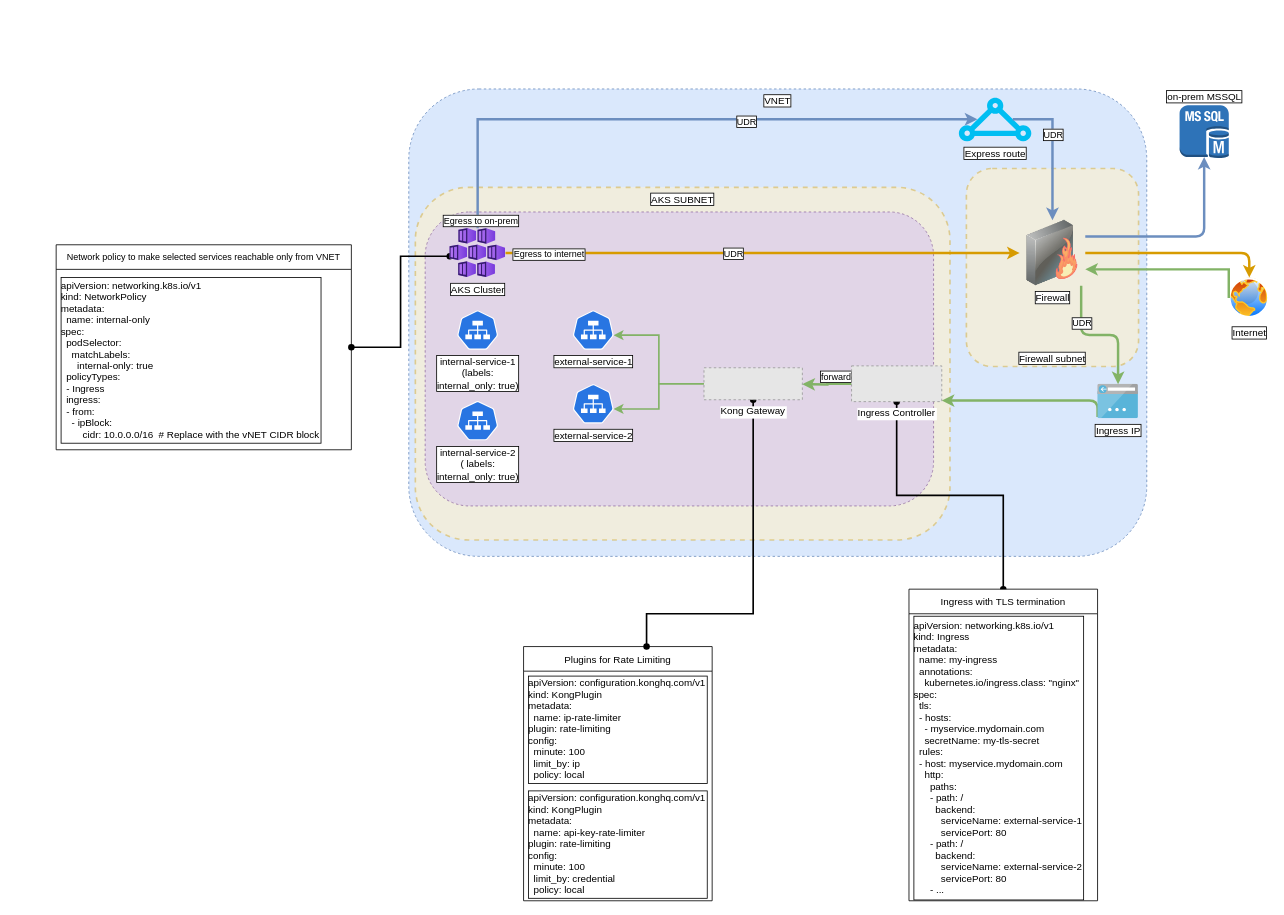
mikolajs3131/trayport-tasks keeps this draw.io diagram as aks-ingress-egress/aks-ingress-egress.drawio. Above is the earlier version. Source tidied: cells renumbered, new cells numbered last; positions are measured from the earlier drawing's top-left corner, leaving out a move shared by most shapes. Both pictures are drawn from the tidied source at 82%, with x=0, y=0 at pixel (56, 89). Pictures stored in the file or linked from it are replaced by grey dashed boxes.
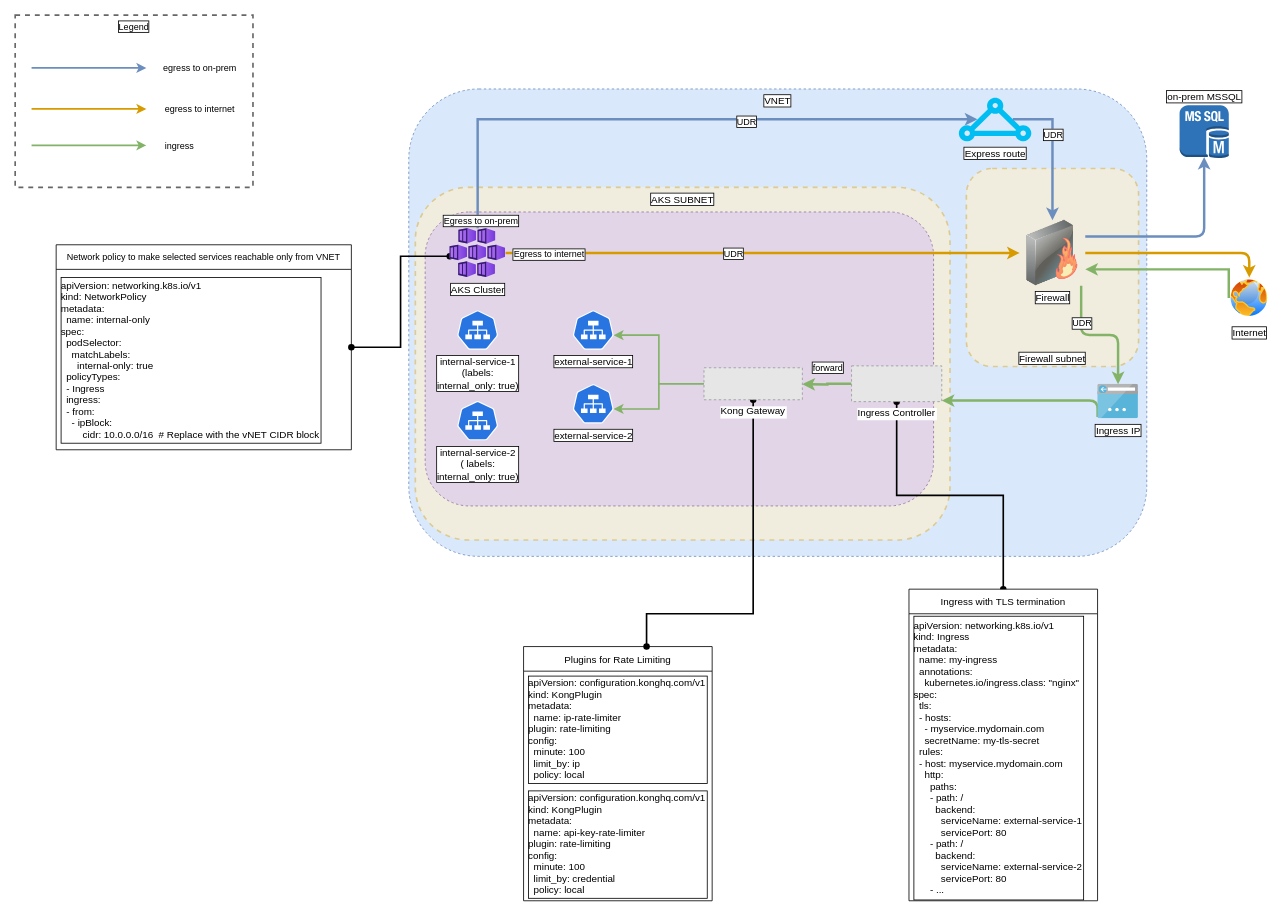
Above is the later version.

Commit message (it also covers changes not shown here):
added legend and embedded external imgages so they show up on png

Unchanged cells that the change refers to:
```xml
<mxCell id="13" style="edgeStyle=orthogonalEdgeStyle;rounded=0;jettySize=auto;html=1;strokeWidth=3;fillColor=#d5e8d4;strokeColor=#82b366;" parent="1" edge="1" source="16">
  <mxGeometry relative="1" as="geometry">
    <mxPoint x="910" y="360" as="targetPoint" />
  </mxGeometry>
</mxCell>
```

What changed in the source:
```diff
@@
     <mxCell id="14" value="forward" style="edgeLabel;html=1;align=center;verticalAlign=middle;labelBorderColor=default;" parent="13" vertex="1">
       <mxGeometry x="-0.04" y="1" relative="1" as="geometry">
-        <mxPoint x="9" y="-10" as="offset" />
+        <mxPoint x="-1" y="-21" as="offset" />
       </mxGeometry>
     </mxCell>
@@
+    <mxCell id="46" value="Legend" style="rounded=0;whiteSpace=wrap;html=1;dashed=1;labelBackgroundColor=default;labelBorderColor=default;strokeWidth=2;fontSize=11;opacity=60;verticalAlign=top;align=center;" parent="1" vertex="1">
+      <mxGeometry x="-50" y="-90" width="290" height="210" as="geometry" />
+    </mxCell>
+    <mxCell id="47" style="endArrow=classic;html=1;rounded=1;sketch=0;strokeWidth=2;fontSize=11;elbow=vertical;fillColor=#dae8fc;strokeColor=#6c8ebf;" parent="1" edge="1">
+      <mxGeometry relative="1" as="geometry">
+        <mxPoint x="-30" y="-25.7" as="sourcePoint" />
+        <mxPoint x="110" y="-25.7" as="targetPoint" />
+      </mxGeometry>
+    </mxCell>
+    <mxCell id="48" value="egress to on-prem" style="text;html=1;align=center;verticalAlign=middle;strokeColor=none;fillColor=none;fontSize=11;" parent="1" vertex="1">
+      <mxGeometry x="120" y="-40" width="110" height="30" as="geometry" />
+    </mxCell>
+    <mxCell id="49" style="endArrow=classic;html=1;rounded=1;sketch=0;strokeWidth=2;fontSize=11;elbow=vertical;fillColor=#ffe6cc;strokeColor=#d79b00;" parent="1" edge="1">
+      <mxGeometry relative="1" as="geometry">
+        <mxPoint x="-30" y="24.3" as="sourcePoint" />
+        <mxPoint x="110" y="24.3" as="targetPoint" />
+      </mxGeometry>
+    </mxCell>
+    <mxCell id="50" value="egress to internet" style="text;html=1;align=center;verticalAlign=middle;strokeColor=none;fillColor=none;fontSize=11;" parent="1" vertex="1">
+      <mxGeometry x="120" y="10" width="110" height="30" as="geometry" />
+    </mxCell>
+    <mxCell id="51" style="endArrow=classic;html=1;rounded=1;sketch=0;strokeWidth=2;fontSize=11;elbow=vertical;fillColor=#d5e8d4;strokeColor=#82b366;" parent="1" edge="1">
+      <mxGeometry relative="1" as="geometry">
+        <mxPoint x="-30" y="68.8" as="sourcePoint" />
+        <mxPoint x="110" y="68.8" as="targetPoint" />
+      </mxGeometry>
+    </mxCell>
+    <mxCell id="52" value="ingress&lt;br&gt;" style="text;html=1;align=center;verticalAlign=middle;strokeColor=none;fillColor=none;fontSize=11;" parent="1" vertex="1">
+      <mxGeometry x="120" y="54.5" width="60" height="30" as="geometry" />
+    </mxCell>
```
